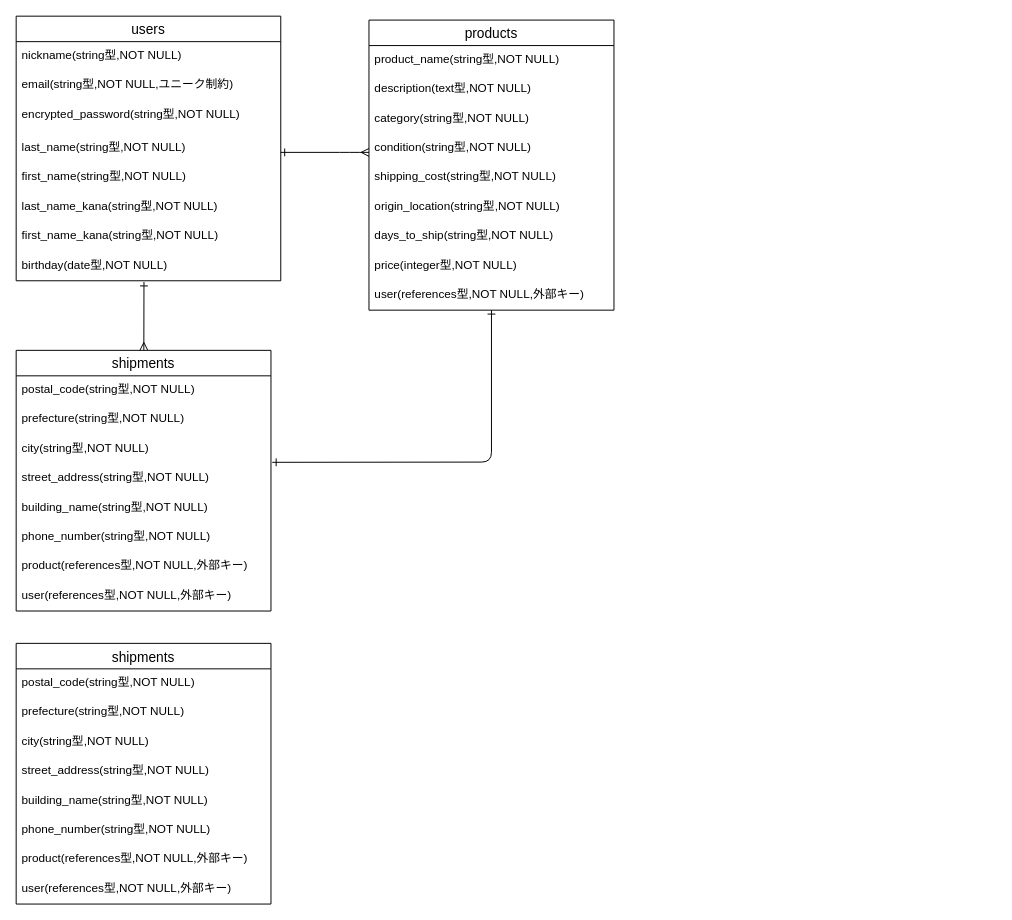
This is furima.dio from hisamaco/furima-40132, a draw.io file, before an edit. Source tidied: cells renumbered, new cells numbered last; positions are measured from the earlier drawing's top-left corner, leaving out a move shared by most shapes. Both pictures are drawn from the tidied source at 98%, with x=0, y=0 at pixel (16, 16).
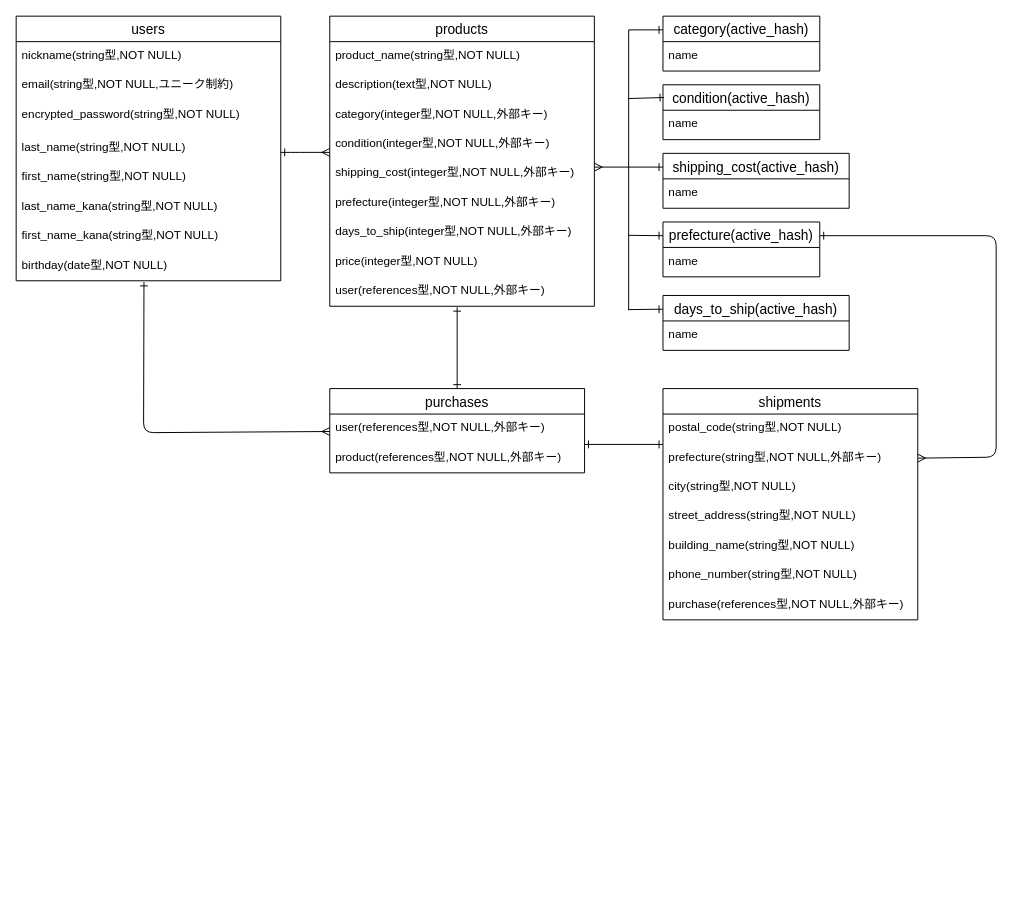
The same page after the edit.

The change refers to these unchanged cells:
```xml
<mxCell id="11" value="birthday(date型,NOT NULL)" style="text;strokeColor=none;fillColor=none;spacingLeft=4;spacingRight=4;overflow=hidden;points=[[0,0.5],[1,0.5]];portConstraint=eastwest;fontSize=12;" parent="3" vertex="1">
  <mxGeometry y="240" width="270" height="30" as="geometry" />
</mxCell>
```

Change to the diagram source:
```diff
@@
     <mxCell id="2" style="edgeStyle=none;html=1;strokeWidth=1;startArrow=ERone;startFill=0;endArrow=ERmany;endFill=0;exitX=0.483;exitY=1.042;exitDx=0;exitDy=0;exitPerimeter=0;" parent="1" edge="1" source="11" target="22">
-      <mxGeometry relative="1" as="geometry" />
+      <mxGeometry relative="1" as="geometry">
+        <Array as="points">
+          <mxPoint x="130" y="425" />
+        </Array>
+      </mxGeometry>
     </mxCell>
@@
     <mxCell id="12" value="products" style="swimlane;fontStyle=0;horizontal=1;startSize=26;align=center;fontSize=14;" parent="1" vertex="1">
-      <mxGeometry x="360" y="4" width="250" height="296" as="geometry" />
+      <mxGeometry x="320" width="270" height="296" as="geometry" />
     </mxCell>
     <mxCell id="13" value="product_name(string型,NOT NULL)" style="text;strokeColor=none;fillColor=none;spacingLeft=4;spacingRight=4;overflow=hidden;fontSize=12;" parent="12" vertex="1">
-      <mxGeometry y="26" width="250" height="30" as="geometry" />
+      <mxGeometry y="26" width="270" height="30" as="geometry" />
     </mxCell>
     <mxCell id="14" value="description(text型,NOT NULL)" style="text;strokeColor=none;fillColor=none;spacingLeft=4;spacingRight=4;overflow=hidden;fontSize=12;" parent="12" vertex="1">
-      <mxGeometry y="56" width="250" height="30" as="geometry" />
+      <mxGeometry y="56" width="270" height="30" as="geometry" />
     </mxCell>
-    <mxCell id="15" value="category(string型,NOT NULL)" style="text;strokeColor=none;fillColor=none;spacingLeft=4;spacingRight=4;overflow=hidden;fontSize=12;" parent="12" vertex="1">
-      <mxGeometry y="86" width="250" height="30" as="geometry" />
+    <mxCell id="15" value="category(integer型,NOT NULL,外部キー)" style="text;strokeColor=none;fillColor=none;spacingLeft=4;spacingRight=4;overflow=hidden;fontSize=12;" parent="12" vertex="1">
+      <mxGeometry y="86" width="270" height="30" as="geometry" />
     </mxCell>
-    <mxCell id="16" value="condition(string型,NOT NULL)" style="text;strokeColor=none;fillColor=none;spacingLeft=4;spacingRight=4;overflow=hidden;fontSize=12;" parent="12" vertex="1">
-      <mxGeometry y="116" width="250" height="30" as="geometry" />
+    <mxCell id="16" value="condition(integer型,NOT NULL,外部キー)" style="text;strokeColor=none;fillColor=none;spacingLeft=4;spacingRight=4;overflow=hidden;fontSize=12;" parent="12" vertex="1">
+      <mxGeometry y="116" width="270" height="30" as="geometry" />
     </mxCell>
-    <mxCell id="17" value="shipping_cost(string型,NOT NULL)" style="text;strokeColor=none;fillColor=none;spacingLeft=4;spacingRight=4;overflow=hidden;fontSize=12;" parent="12" vertex="1">
-      <mxGeometry y="146" width="250" height="30" as="geometry" />
+    <mxCell id="17" value="shipping_cost(integer型,NOT NULL,外部キー)" style="text;strokeColor=none;fillColor=none;spacingLeft=4;spacingRight=4;overflow=hidden;fontSize=12;" parent="12" vertex="1">
+      <mxGeometry y="146" width="270" height="30" as="geometry" />
     </mxCell>
-    <mxCell id="18" value="origin_location(string型,NOT NULL)" style="text;strokeColor=none;fillColor=none;spacingLeft=4;spacingRight=4;overflow=hidden;fontSize=12;" parent="12" vertex="1">
-      <mxGeometry y="176" width="250" height="30" as="geometry" />
+    <mxCell id="18" value="prefecture(integer型,NOT NULL,外部キー)" style="text;strokeColor=none;fillColor=none;spacingLeft=4;spacingRight=4;overflow=hidden;fontSize=12;" parent="12" vertex="1">
+      <mxGeometry y="176" width="270" height="30" as="geometry" />
     </mxCell>
-    <mxCell id="19" value="days_to_ship(string型,NOT NULL)" style="text;strokeColor=none;fillColor=none;spacingLeft=4;spacingRight=4;overflow=hidden;fontSize=12;" parent="12" vertex="1">
-      <mxGeometry y="206" width="250" height="30" as="geometry" />
+    <mxCell id="19" value="days_to_ship(integer型,NOT NULL,外部キー)" style="text;strokeColor=none;fillColor=none;spacingLeft=4;spacingRight=4;overflow=hidden;fontSize=12;" parent="12" vertex="1">
+      <mxGeometry y="206" width="270" height="30" as="geometry" />
     </mxCell>
     <mxCell id="20" value="price(integer型,NOT NULL)" style="text;strokeColor=none;fillColor=none;spacingLeft=4;spacingRight=4;overflow=hidden;fontSize=12;" parent="12" vertex="1">
-      <mxGeometry y="236" width="250" height="30" as="geometry" />
+      <mxGeometry y="236" width="270" height="30" as="geometry" />
     </mxCell>
     <mxCell id="21" value="user(references型,NOT NULL,外部キー)" style="text;strokeColor=none;fillColor=none;spacingLeft=4;spacingRight=4;overflow=hidden;points=[[0,0.5],[1,0.5]];portConstraint=eastwest;fontSize=12;" parent="12" vertex="1">
-      <mxGeometry y="266" width="250" height="30" as="geometry" />
+      <mxGeometry y="266" width="270" height="30" as="geometry" />
     </mxCell>
-    <mxCell id="22" value="shipments" style="swimlane;fontStyle=0;horizontal=1;startSize=26;align=center;fontSize=14;" parent="1" vertex="1">
-      <mxGeometry y="341" width="260" height="266" as="geometry" />
+    <mxCell id="22" value="purchases" style="swimlane;fontStyle=0;horizontal=1;startSize=26;align=center;fontSize=14;" parent="1" vertex="1">
+      <mxGeometry x="320" y="380" width="260" height="86" as="geometry" />
     </mxCell>
-    <mxCell id="23" value="postal_code(string型,NOT NULL)" style="text;strokeColor=none;fillColor=none;spacingLeft=4;spacingRight=4;overflow=hidden;fontSize=12;" parent="22" vertex="1">
-      <mxGeometry y="26" width="260" height="30" as="geometry" />
-    </mxCell>
-    <mxCell id="24" value="prefecture(string型,NOT NULL)" style="text;strokeColor=none;fillColor=none;spacingLeft=4;spacingRight=4;overflow=hidden;fontSize=12;" parent="22" vertex="1">
-      <mxGeometry y="56" width="260" height="30" as="geometry" />
-    </mxCell>
-    <mxCell id="25" value="city(string型,NOT NULL)" style="text;strokeColor=none;fillColor=none;spacingLeft=4;spacingRight=4;overflow=hidden;points=[[0,0.5],[1,0.5]];portConstraint=eastwest;fontSize=12;" parent="22" vertex="1">
-      <mxGeometry y="86" width="260" height="30" as="geometry" />
-    </mxCell>
-    <mxCell id="26" value="street_address(string型,NOT NULL)" style="text;strokeColor=none;fillColor=none;spacingLeft=4;spacingRight=4;overflow=hidden;fontSize=12;" parent="22" vertex="1">
-      <mxGeometry y="116" width="260" height="30" as="geometry" />
-    </mxCell>
-    <mxCell id="27" value="building_name(string型,NOT NULL)" style="text;strokeColor=none;fillColor=none;spacingLeft=4;spacingRight=4;overflow=hidden;fontSize=12;" parent="22" vertex="1">
-      <mxGeometry y="146" width="260" height="30" as="geometry" />
-    </mxCell>
-    <mxCell id="28" value="phone_number(string型,NOT NULL)" style="text;strokeColor=none;fillColor=none;spacingLeft=4;spacingRight=4;overflow=hidden;fontSize=12;" parent="22" vertex="1">
-      <mxGeometry y="176" width="260" height="30" as="geometry" />
-    </mxCell>
+    <mxCell id="30" value="user(references型,NOT NULL,外部キー)" style="text;strokeColor=none;fillColor=none;spacingLeft=4;spacingRight=4;overflow=hidden;fontSize=12;" parent="22" vertex="1">
+      <mxGeometry y="26" width="260" height="30" as="geometry" />
+    </mxCell>
     <mxCell id="29" value="product(references型,NOT NULL,外部キー)" style="text;strokeColor=none;fillColor=none;spacingLeft=4;spacingRight=4;overflow=hidden;fontSize=12;" parent="22" vertex="1">
-      <mxGeometry y="206" width="260" height="30" as="geometry" />
+      <mxGeometry y="56" width="260" height="30" as="geometry" />
     </mxCell>
-    <mxCell id="30" value="user(references型,NOT NULL,外部キー)" style="text;strokeColor=none;fillColor=none;spacingLeft=4;spacingRight=4;overflow=hidden;fontSize=12;" parent="22" vertex="1">
-      <mxGeometry y="236" width="260" height="30" as="geometry" />
-    </mxCell>
-    <mxCell id="31" style="edgeStyle=none;html=1;exitX=0;exitY=0.5;exitDx=0;exitDy=0;entryX=1;entryY=0.5;entryDx=0;entryDy=0;startArrow=ERmany;startFill=0;endArrow=ERone;endFill=0;strokeWidth=1;" parent="1" edge="1">
+    <mxCell id="31" style="edgeStyle=none;html=1;entryX=1;entryY=0.5;entryDx=0;entryDy=0;startArrow=ERmany;startFill=0;endArrow=ERone;endFill=0;strokeWidth=1;" parent="1" edge="1">
       <mxGeometry relative="1" as="geometry">
-        <mxPoint x="360" y="139" as="sourcePoint" />
+        <mxPoint x="320" y="139" as="sourcePoint" />
         <mxPoint x="270" y="139" as="targetPoint" />
         <Array as="points">
-          <mxPoint x="340" y="139" />
+          <mxPoint x="290" y="139" />
         </Array>
       </mxGeometry>
     </mxCell>
-    <mxCell id="32" style="edgeStyle=none;html=1;strokeWidth=1;startArrow=ERone;startFill=0;endArrow=ERone;endFill=0;entryX=1.005;entryY=0.942;entryDx=0;entryDy=0;entryPerimeter=0;" parent="1" edge="1" source="21" target="25">
-      <mxGeometry relative="1" as="geometry">
-        <Array as="points">
-          <mxPoint x="485" y="455" />
-        </Array>
-      </mxGeometry>
-    </mxCell>
     <mxCell id="33" value="shipments" style="swimlane;fontStyle=0;horizontal=1;startSize=26;align=center;fontSize=14;" parent="1" vertex="1">
-      <mxGeometry y="640" width="260" height="266" as="geometry" />
+      <mxGeometry x="660" y="380" width="260" height="236" as="geometry" />
     </mxCell>
@@
-    <mxCell id="35" value="prefecture(string型,NOT NULL)" style="text;strokeColor=none;fillColor=none;spacingLeft=4;spacingRight=4;overflow=hidden;points=[[0,0.5],[1,0.5]];portConstraint=eastwest;fontSize=12;" parent="33" vertex="1">
+    <mxCell id="35" value="prefecture(string型,NOT NULL,外部キー)" style="text;strokeColor=none;fillColor=none;spacingLeft=4;spacingRight=4;overflow=hidden;points=[[0,0.5],[1,0.5]];portConstraint=eastwest;fontSize=12;" parent="33" vertex="1">
       <mxGeometry y="56" width="260" height="30" as="geometry" />
     </mxCell>
@@
-    <mxCell id="40" value="product(references型,NOT NULL,外部キー)" style="text;strokeColor=none;fillColor=none;spacingLeft=4;spacingRight=4;overflow=hidden;fontSize=12;" parent="33" vertex="1">
-      <mxGeometry y="206" width="260" height="30" as="geometry" />
-    </mxCell>
-    <mxCell id="41" value="user(references型,NOT NULL,外部キー)" style="text;strokeColor=none;fillColor=none;spacingLeft=4;spacingRight=4;overflow=hidden;fontSize=12;" parent="33" vertex="1">
-      <mxGeometry y="236" width="260" height="30" as="geometry" />
+    <mxCell id="41" value="purchase(references型,NOT NULL,外部キー)" style="text;strokeColor=none;fillColor=none;spacingLeft=4;spacingRight=4;overflow=hidden;fontSize=12;" parent="33" vertex="1">
+      <mxGeometry y="206" width="260" height="30" as="geometry" />
     </mxCell>
+    <mxCell id="42" style="edgeStyle=none;html=1;exitX=0;exitY=0.25;exitDx=0;exitDy=0;entryX=0.998;entryY=0.55;entryDx=0;entryDy=0;startArrow=ERone;startFill=0;endArrow=none;endFill=0;entryPerimeter=0;" parent="1" edge="1" source="43" target="60">
+      <mxGeometry relative="1" as="geometry" />
+    </mxCell>
+    <mxCell id="43" value="days_to_ship(active_hash)" style="swimlane;fontStyle=0;horizontal=1;startSize=26;align=center;fontSize=14;" parent="1" vertex="1">
+      <mxGeometry x="660" y="285" width="190" height="56" as="geometry" />
+    </mxCell>
+    <mxCell id="44" value="name" style="text;strokeColor=none;fillColor=none;spacingLeft=4;spacingRight=4;overflow=hidden;fontSize=12;" parent="43" vertex="1">
+      <mxGeometry y="26" width="190" height="30" as="geometry" />
+    </mxCell>
+    <mxCell id="45" style="edgeStyle=none;html=1;exitX=0;exitY=0.25;exitDx=0;exitDy=0;entryX=0.733;entryY=0.55;entryDx=0;entryDy=0;startArrow=ERone;startFill=0;endArrow=none;endFill=0;entryPerimeter=0;" parent="1" edge="1" source="47" target="60">
+      <mxGeometry relative="1" as="geometry" />
+    </mxCell>
+    <mxCell id="46" style="edgeStyle=none;html=1;exitX=1;exitY=0.25;exitDx=0;exitDy=0;startArrow=ERone;startFill=0;endArrow=ERmany;endFill=0;entryX=1;entryY=0.5;entryDx=0;entryDy=0;" parent="1" edge="1" source="47" target="35">
+      <mxGeometry relative="1" as="geometry">
+        <Array as="points">
+          <mxPoint x="1000" y="224" />
+          <mxPoint x="1000" y="450" />
+        </Array>
+      </mxGeometry>
+    </mxCell>
+    <mxCell id="47" value="prefecture(active_hash)" style="swimlane;fontStyle=0;horizontal=1;startSize=26;align=center;fontSize=14;" parent="1" vertex="1">
+      <mxGeometry x="660" y="210" width="160" height="56" as="geometry" />
+    </mxCell>
+    <mxCell id="48" value="name" style="text;strokeColor=none;fillColor=none;spacingLeft=4;spacingRight=4;overflow=hidden;fontSize=12;" parent="47" vertex="1">
+      <mxGeometry y="26" width="160" height="30" as="geometry" />
+    </mxCell>
+    <mxCell id="49" style="edgeStyle=none;html=1;startArrow=ERone;startFill=0;endArrow=none;endFill=0;exitX=0;exitY=0.25;exitDx=0;exitDy=0;" parent="1" edge="1" source="50">
+      <mxGeometry relative="1" as="geometry">
+        <mxPoint x="625" y="14" as="targetPoint" />
+      </mxGeometry>
+    </mxCell>
+    <mxCell id="50" value="category(active_hash)" style="swimlane;fontStyle=0;horizontal=1;startSize=26;align=center;fontSize=14;" parent="1" vertex="1">
+      <mxGeometry x="660" width="160" height="56" as="geometry" />
+    </mxCell>
+    <mxCell id="51" value="name" style="text;strokeColor=none;fillColor=none;spacingLeft=4;spacingRight=4;overflow=hidden;fontSize=12;" parent="50" vertex="1">
+      <mxGeometry y="26" width="160" height="30" as="geometry" />
+    </mxCell>
+    <mxCell id="52" style="edgeStyle=none;html=1;startArrow=ERone;startFill=0;endArrow=ERmany;endFill=0;exitX=0;exitY=0.25;exitDx=0;exitDy=0;" parent="1" edge="1" source="53">
+      <mxGeometry relative="1" as="geometry">
+        <mxPoint x="590" y="154" as="targetPoint" />
+      </mxGeometry>
+    </mxCell>
+    <mxCell id="53" value="shipping_cost(active_hash)" style="swimlane;fontStyle=0;horizontal=1;startSize=26;align=center;fontSize=14;" parent="1" vertex="1">
+      <mxGeometry x="660" y="140" width="190" height="56" as="geometry" />
+    </mxCell>
+    <mxCell id="54" value="name" style="text;strokeColor=none;fillColor=none;spacingLeft=4;spacingRight=4;overflow=hidden;fontSize=12;" parent="53" vertex="1">
+      <mxGeometry y="26" width="190" height="30" as="geometry" />
+    </mxCell>
+    <mxCell id="55" value="condition(active_hash)" style="swimlane;fontStyle=0;horizontal=1;startSize=26;align=center;fontSize=14;" parent="1" vertex="1">
+      <mxGeometry x="660" y="70" width="160" height="56" as="geometry" />
+    </mxCell>
+    <mxCell id="56" value="name" style="text;strokeColor=none;fillColor=none;spacingLeft=4;spacingRight=4;overflow=hidden;fontSize=12;" parent="55" vertex="1">
+      <mxGeometry y="26" width="160" height="30" as="geometry" />
+    </mxCell>
+    <mxCell id="57" style="edgeStyle=none;html=1;endArrow=ERone;endFill=0;startArrow=ERone;startFill=0;" parent="1" edge="1">
+      <mxGeometry relative="1" as="geometry">
+        <mxPoint x="450" y="297" as="sourcePoint" />
+        <mxPoint x="450" y="380" as="targetPoint" />
+      </mxGeometry>
+    </mxCell>
+    <mxCell id="58" style="edgeStyle=none;html=1;startArrow=ERone;startFill=0;endArrow=none;endFill=0;entryX=0.245;entryY=0.583;entryDx=0;entryDy=0;entryPerimeter=0;" parent="1" edge="1" target="60">
+      <mxGeometry relative="1" as="geometry">
+        <mxPoint x="661" y="83" as="sourcePoint" />
+      </mxGeometry>
+    </mxCell>
+    <mxCell id="59" style="edgeStyle=none;html=1;exitX=1;exitY=0.5;exitDx=0;exitDy=0;entryX=0;entryY=0.5;entryDx=0;entryDy=0;startArrow=ERone;startFill=0;endArrow=ERone;endFill=0;" parent="1" edge="1">
+      <mxGeometry relative="1" as="geometry">
+        <mxPoint x="580" y="437" as="sourcePoint" />
+        <mxPoint x="660" y="437" as="targetPoint" />
+      </mxGeometry>
+    </mxCell>
+    <mxCell id="60" style="line;strokeWidth=1;dashed=0;labelPosition=right;align=left;verticalAlign=middle;spacingTop=0;spacingLeft=6;points=[];portConstraint=eastwest;direction=south;" parent="1" vertex="1">
+      <mxGeometry x="620" y="14" width="10" height="286" as="geometry" />
+    </mxCell>
```
